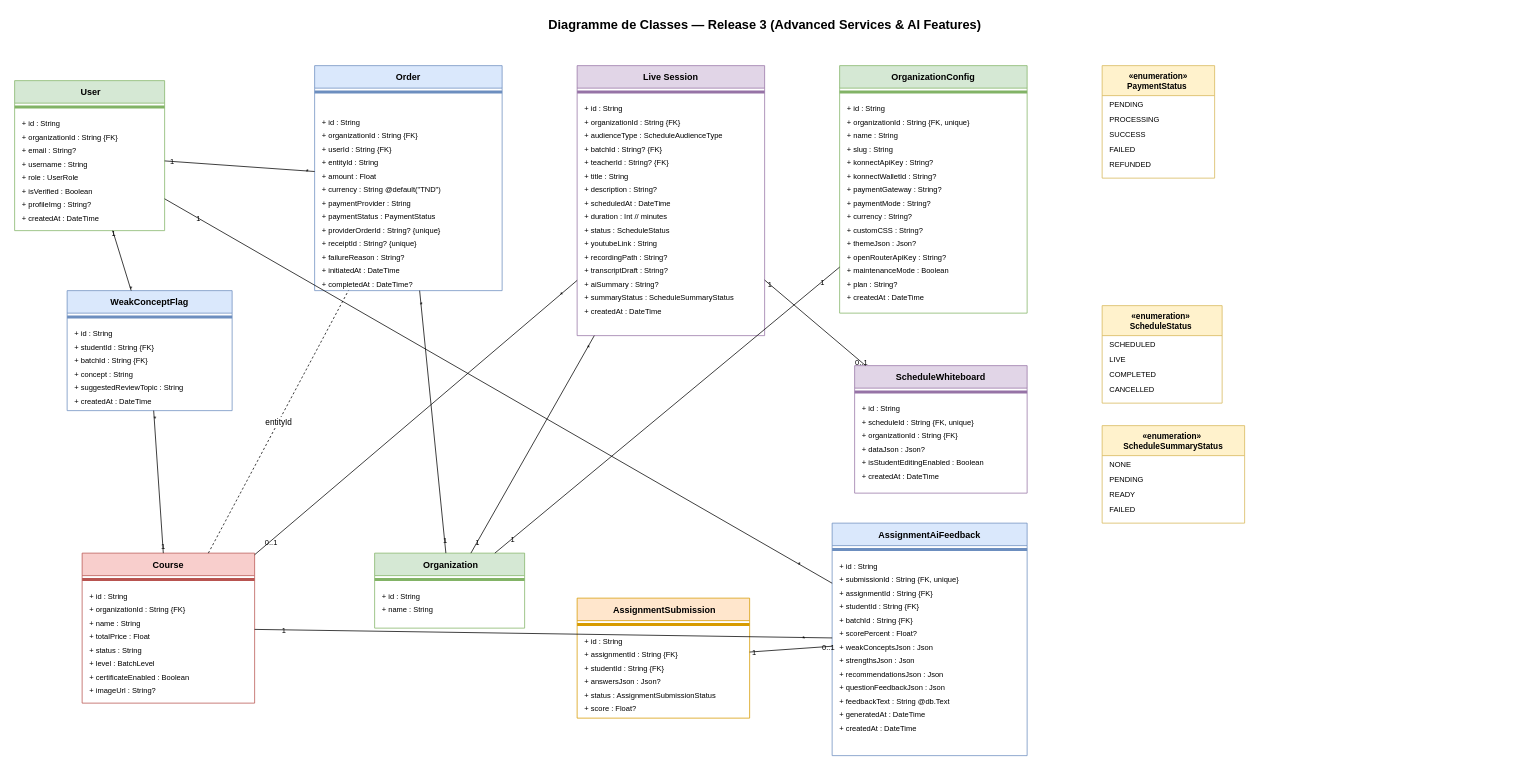
ahmedhdhd/pfe_project keeps this draw.io diagram as docs/diagrams/class_diagram_r3.drawio. Above is the earlier version. Source tidied: cells renumbered, new cells numbered last; positions are measured from the earlier drawing's top-left corner, leaving out a move shared by most shapes. Both pictures are drawn from the tidied source at 75%, with x=0, y=0 at pixel (14, 13).
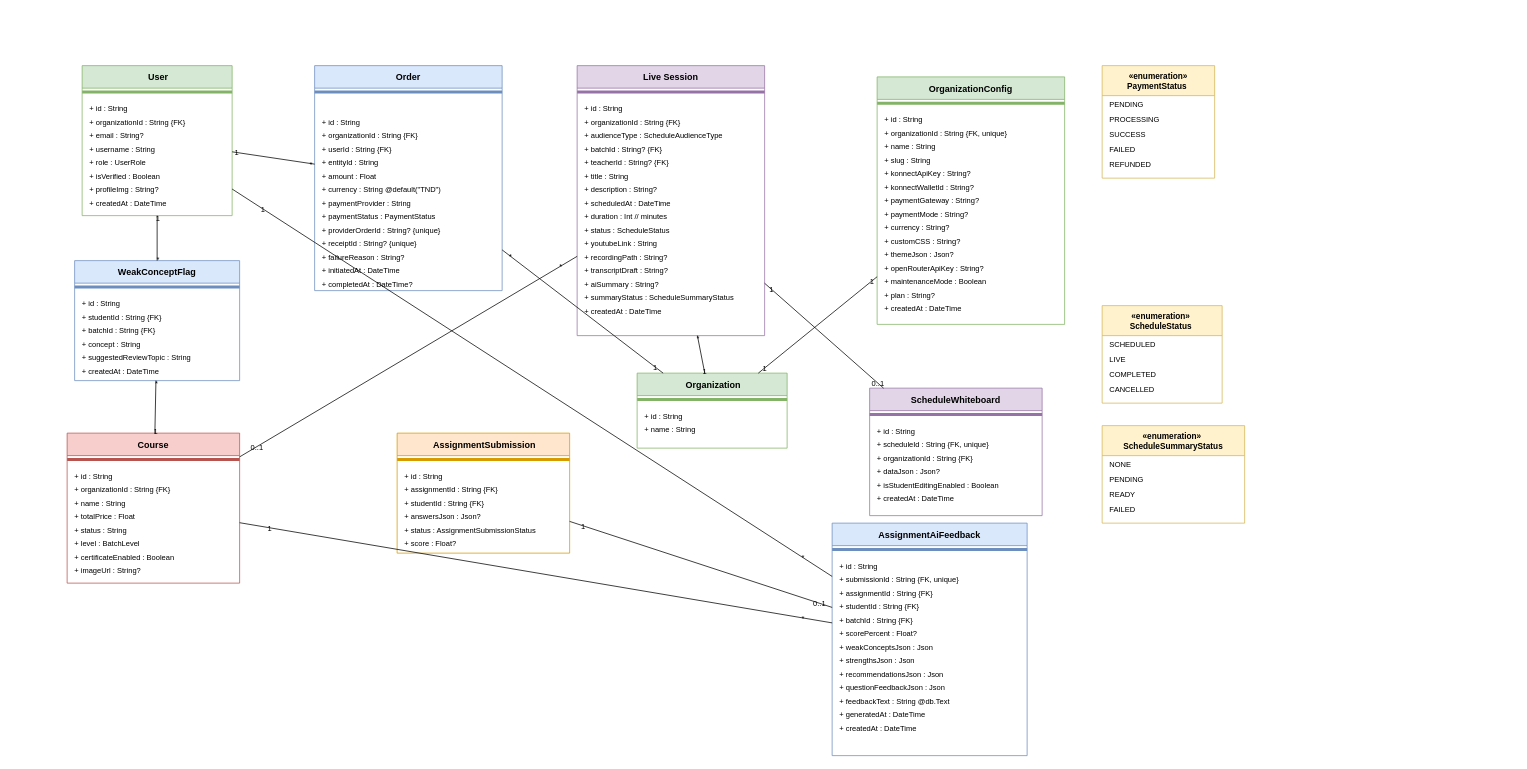
The same diagram, later.

The change refers to these unchanged cells:
```xml
<mxCell id="35" value=" Order " style="swimlane;startSize=30;fillColor=#dae8fc;strokeColor=#6c8ebf;fontSize=12;fontStyle=1;" parent="1" vertex="1">
  <mxGeometry x="400" y="70" width="250" height="300" as="geometry" />
</mxCell>
```

What changed in the source:
```diff
@@
-    <mxCell id="2" value="Diagramme de Classes — Release 3 (Advanced Services &amp; AI Features)" style="text;html=1;fontSize=17;fontStyle=1;align=center;fillColor=none;strokeColor=none;" parent="1" vertex="1">
-      <mxGeometry width="2000" height="40" as="geometry" />
-    </mxCell>
     <mxCell id="3" value=" User" style="swimlane;startSize=30;fillColor=#d5e8d4;strokeColor=#82b366;fontSize=12;fontStyle=1;" parent="1" vertex="1">
-      <mxGeometry y="90" width="200" height="200" as="geometry" />
+      <mxGeometry x="90" y="70" width="200" height="200" as="geometry" />
     </mxCell>
@@
     <mxCell id="13" value=" Course " style="swimlane;startSize=30;fillColor=#f8cecc;strokeColor=#b85450;fontSize=12;fontStyle=1;" parent="1" vertex="1">
-      <mxGeometry x="90" y="720" width="230" height="200" as="geometry" />
+      <mxGeometry x="70" y="560" width="230" height="200" as="geometry" />
     </mxCell>
@@
     <mxCell id="23" value=" Organization" style="swimlane;startSize=30;fillColor=#d5e8d4;strokeColor=#82b366;fontSize=12;fontStyle=1;" parent="1" vertex="1">
-      <mxGeometry x="480" y="720" width="200" height="100" as="geometry" />
+      <mxGeometry x="830" y="480" width="200" height="100" as="geometry" />
     </mxCell>
@@
     <mxCell id="27" value=" AssignmentSubmission" style="swimlane;startSize=30;fillColor=#ffe6cc;strokeColor=#d79b00;fontSize=12;fontStyle=1;" parent="1" vertex="1">
-      <mxGeometry x="750" y="780" width="230" height="160" as="geometry" />
+      <mxGeometry x="510" y="560" width="230" height="160" as="geometry" />
     </mxCell>
@@
     <mxCell id="68" value="ScheduleWhiteboard" style="swimlane;startSize=30;fillColor=#e1d5e7;strokeColor=#9673a6;fontSize=12;fontStyle=1;" parent="1" vertex="1">
-      <mxGeometry x="1120" y="470" width="230" height="170" as="geometry" />
+      <mxGeometry x="1140" y="500" width="230" height="170" as="geometry" />
     </mxCell>
@@
     <mxCell id="91" value=" WeakConceptFlag " style="swimlane;startSize=30;fillColor=#dae8fc;strokeColor=#6c8ebf;fontSize=12;fontStyle=1;" parent="1" vertex="1">
-      <mxGeometry x="70" y="370" width="220" height="160" as="geometry" />
+      <mxGeometry x="80" y="330" width="220" height="160" as="geometry" />
     </mxCell>
@@
     <mxCell id="99" value=" OrganizationConfig " style="swimlane;startSize=30;fillColor=#d5e8d4;strokeColor=#82b366;fontSize=12;fontStyle=1;" parent="1" vertex="1">
-      <mxGeometry x="1100" y="70" width="250" height="330" as="geometry" />
+      <mxGeometry x="1150" y="85" width="250" height="330" as="geometry" />
     </mxCell>
@@
-    <mxCell id="159" value="entityId" style="endArrow=none;html=1;dashed=1;" parent="1" edge="1" source="13" target="35">
-      <mxGeometry relative="1" as="geometry" />
-    </mxCell>
```
